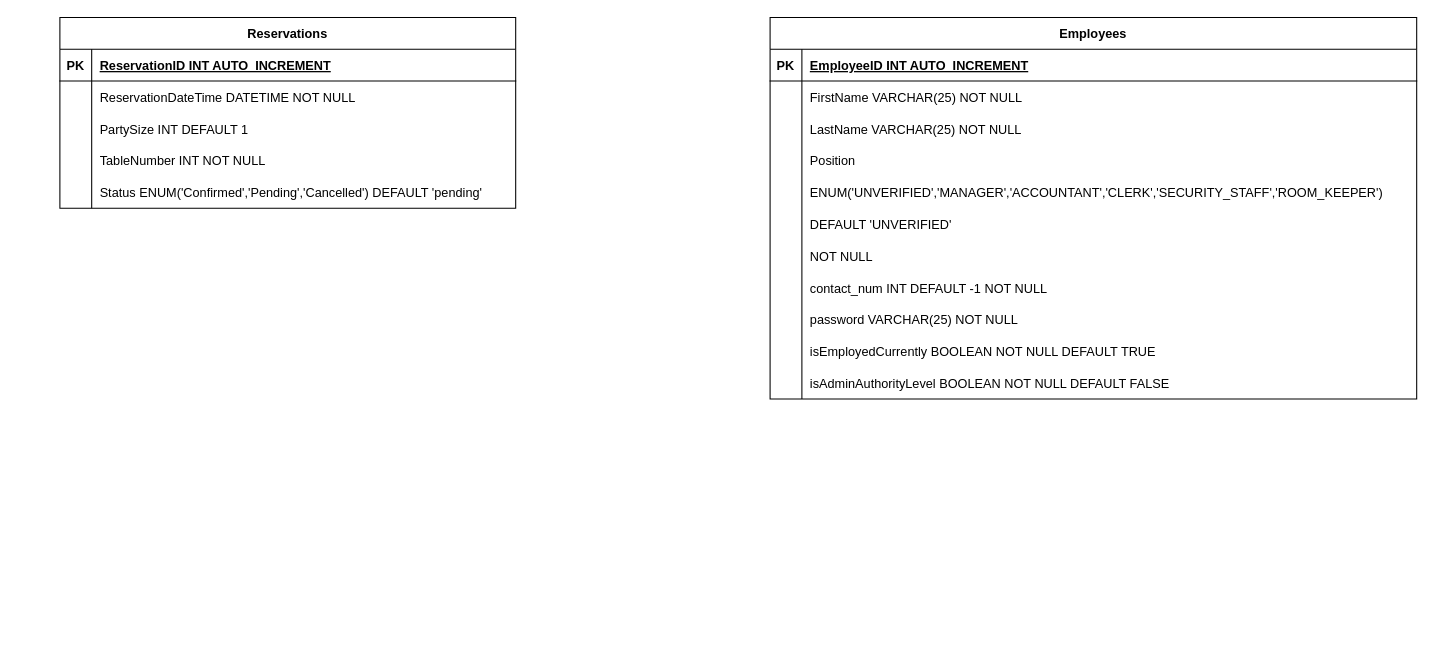
Earlier version of the draw.io diagram Untitled Diagram.drawio (isuckinprogramming/javaWockeezSteakhausProject). Source tidied: cells renumbered, new cells numbered last; positions are measured from the earlier drawing's top-left corner, leaving out a move shared by most shapes. Both pictures are drawn from the tidied source at 106%, with x=0, y=0 at pixel (59, 17).
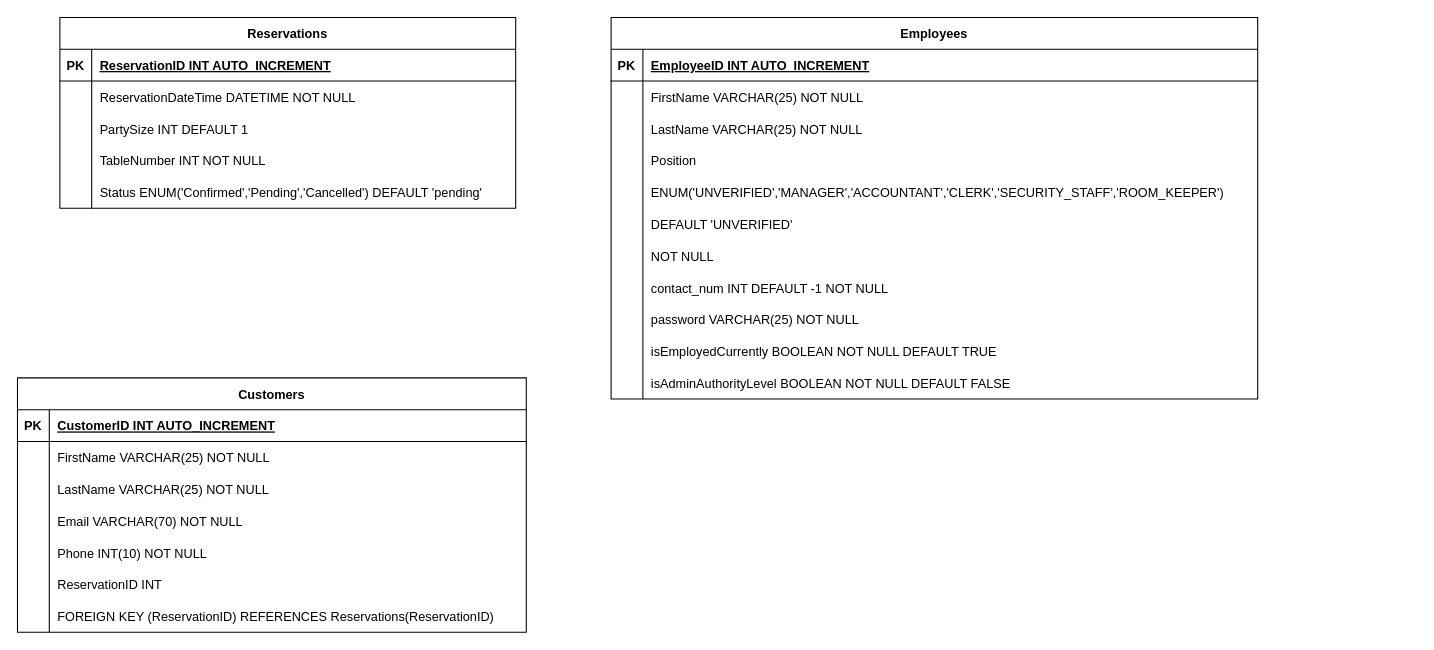
The same page after the edit.

Change to the diagram source:
```diff
@@
     <mxCell id="2" value="Employees" style="shape=table;startSize=30;childLayout=tableLayout;rowLines=0;fontStyle=1;align=center;" parent="1" vertex="1">
-      <mxGeometry x="670" width="610" height="360" as="geometry" />
+      <mxGeometry x="520" width="610" height="360" as="geometry" />
     </mxCell>
@@
+    <mxCell id="52" value="Customers" style="shape=table;startSize=30;childLayout=tableLayout;rowLines=0;fontStyle=1;align=center;" parent="1" vertex="1">
+      <mxGeometry x="-40" y="340" width="480" height="240" as="geometry" />
+    </mxCell>
+    <mxCell id="53" style="shape=tableRow;horizontal=0;startSize=0;swimlaneHead=0;swimlaneBody=0;fillColor=none;strokeColor=inherit;top=0;left=0;right=0;bottom=1;" parent="52" vertex="1">
+      <mxGeometry y="30" width="480" height="30" as="geometry" />
+    </mxCell>
+    <mxCell id="54" value="PK" style="shape=partialRectangle;overflow=hidden;fillColor=none;strokeColor=inherit;top=0;left=0;bottom=0;right=0;fontStyle=1;" parent="53" vertex="1">
+      <mxGeometry width="30" height="30" as="geometry" />
+    </mxCell>
+    <mxCell id="55" value="CustomerID INT AUTO_INCREMENT " style="shape=partialRectangle;overflow=hidden;fillColor=none;align=left;strokeColor=inherit;top=0;left=0;bottom=0;right=0;spacingLeft=6;fontStyle=5;" parent="53" vertex="1">
+      <mxGeometry x="30" width="450" height="30" as="geometry" />
+    </mxCell>
+    <mxCell id="56" style="shape=tableRow;horizontal=0;startSize=0;swimlaneHead=0;swimlaneBody=0;fillColor=none;strokeColor=inherit;top=0;left=0;right=0;bottom=0;" parent="52" vertex="1">
+      <mxGeometry y="60" width="480" height="30" as="geometry" />
+    </mxCell>
+    <mxCell id="57" style="shape=partialRectangle;overflow=hidden;fillColor=none;strokeColor=inherit;top=0;left=0;bottom=0;right=0;" parent="56" vertex="1">
+      <mxGeometry width="30" height="30" as="geometry" />
+    </mxCell>
+    <mxCell id="58" value="FirstName VARCHAR(25) NOT NULL" style="shape=partialRectangle;overflow=hidden;fillColor=none;align=left;strokeColor=inherit;top=0;left=0;bottom=0;right=0;spacingLeft=6;" parent="56" vertex="1">
+      <mxGeometry x="30" width="450" height="30" as="geometry" />
+    </mxCell>
+    <mxCell id="59" style="shape=tableRow;horizontal=0;startSize=0;swimlaneHead=0;swimlaneBody=0;fillColor=none;strokeColor=inherit;top=0;left=0;right=0;bottom=0;" parent="52" vertex="1">
+      <mxGeometry y="90" width="480" height="30" as="geometry" />
+    </mxCell>
+    <mxCell id="60" style="shape=partialRectangle;overflow=hidden;fillColor=none;strokeColor=inherit;top=0;left=0;bottom=0;right=0;" parent="59" vertex="1">
+      <mxGeometry width="30" height="30" as="geometry" />
+    </mxCell>
+    <mxCell id="61" value="LastName VARCHAR(25) NOT NULL" style="shape=partialRectangle;overflow=hidden;fillColor=none;align=left;strokeColor=inherit;top=0;left=0;bottom=0;right=0;spacingLeft=6;" parent="59" vertex="1">
+      <mxGeometry x="30" width="450" height="30" as="geometry" />
+    </mxCell>
+    <mxCell id="62" style="shape=tableRow;horizontal=0;startSize=0;swimlaneHead=0;swimlaneBody=0;fillColor=none;strokeColor=inherit;top=0;left=0;right=0;bottom=0;" parent="52" vertex="1">
+      <mxGeometry y="120" width="480" height="30" as="geometry" />
+    </mxCell>
+    <mxCell id="63" style="shape=partialRectangle;overflow=hidden;fillColor=none;strokeColor=inherit;top=0;left=0;bottom=0;right=0;" parent="62" vertex="1">
+      <mxGeometry width="30" height="30" as="geometry" />
+    </mxCell>
+    <mxCell id="64" value="Email VARCHAR(70) NOT NULL " style="shape=partialRectangle;overflow=hidden;fillColor=none;align=left;strokeColor=inherit;top=0;left=0;bottom=0;right=0;spacingLeft=6;" parent="62" vertex="1">
+      <mxGeometry x="30" width="450" height="30" as="geometry" />
+    </mxCell>
+    <mxCell id="65" style="shape=tableRow;horizontal=0;startSize=0;swimlaneHead=0;swimlaneBody=0;fillColor=none;strokeColor=inherit;top=0;left=0;right=0;bottom=0;" parent="52" vertex="1">
+      <mxGeometry y="150" width="480" height="30" as="geometry" />
+    </mxCell>
+    <mxCell id="66" style="shape=partialRectangle;overflow=hidden;fillColor=none;strokeColor=inherit;top=0;left=0;bottom=0;right=0;" parent="65" vertex="1">
+      <mxGeometry width="30" height="30" as="geometry" />
+    </mxCell>
+    <mxCell id="67" value="Phone INT(10) NOT NULL " style="shape=partialRectangle;overflow=hidden;fillColor=none;align=left;strokeColor=inherit;top=0;left=0;bottom=0;right=0;spacingLeft=6;" parent="65" vertex="1">
+      <mxGeometry x="30" width="450" height="30" as="geometry" />
+    </mxCell>
+    <mxCell id="68" style="shape=tableRow;horizontal=0;startSize=0;swimlaneHead=0;swimlaneBody=0;fillColor=none;strokeColor=inherit;top=0;left=0;right=0;bottom=0;" parent="52" vertex="1">
+      <mxGeometry y="180" width="480" height="30" as="geometry" />
+    </mxCell>
+    <mxCell id="69" style="shape=partialRectangle;overflow=hidden;fillColor=none;strokeColor=inherit;top=0;left=0;bottom=0;right=0;" parent="68" vertex="1">
+      <mxGeometry width="30" height="30" as="geometry" />
+    </mxCell>
+    <mxCell id="70" value="ReservationID INT" style="shape=partialRectangle;overflow=hidden;fillColor=none;align=left;strokeColor=inherit;top=0;left=0;bottom=0;right=0;spacingLeft=6;" parent="68" vertex="1">
+      <mxGeometry x="30" width="450" height="30" as="geometry" />
+    </mxCell>
+    <mxCell id="71" style="shape=tableRow;horizontal=0;startSize=0;swimlaneHead=0;swimlaneBody=0;fillColor=none;strokeColor=inherit;top=0;left=0;right=0;bottom=0;" parent="52" vertex="1">
+      <mxGeometry y="210" width="480" height="30" as="geometry" />
+    </mxCell>
+    <mxCell id="72" style="shape=partialRectangle;overflow=hidden;fillColor=none;strokeColor=inherit;top=0;left=0;bottom=0;right=0;" parent="71" vertex="1">
+      <mxGeometry width="30" height="30" as="geometry" />
+    </mxCell>
+    <mxCell id="73" value="FOREIGN KEY (ReservationID) REFERENCES Reservations(ReservationID)" style="shape=partialRectangle;overflow=hidden;fillColor=none;align=left;strokeColor=inherit;top=0;left=0;bottom=0;right=0;spacingLeft=6;" parent="71" vertex="1">
+      <mxGeometry x="30" width="450" height="30" as="geometry" />
+    </mxCell>
```
